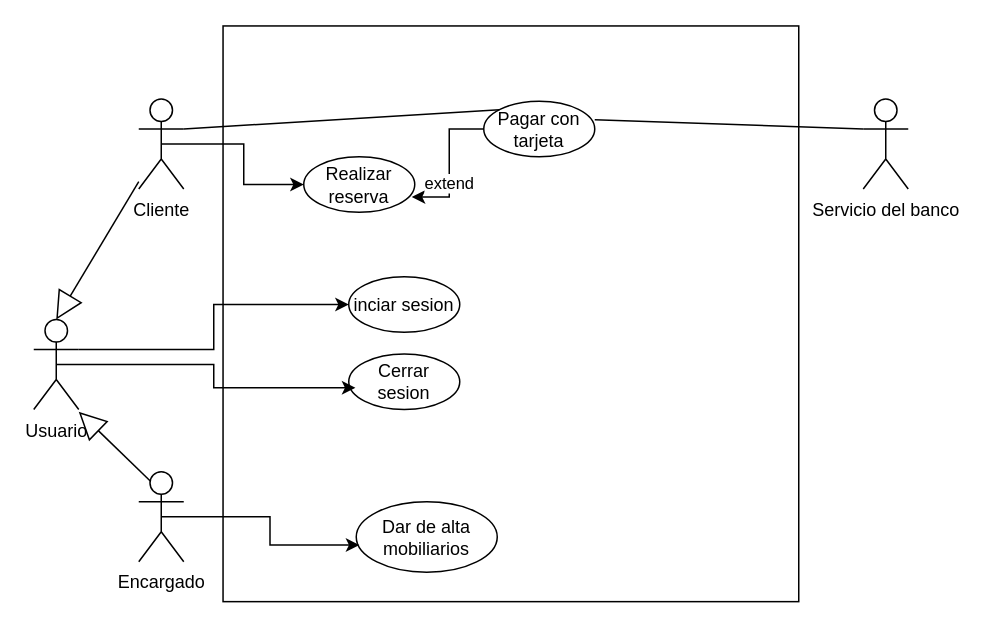
Before: Ejercicio1- Alquiler mobiliario/CU1-Alquiler de mobiliario.drawio in Fefo7/Inge1, a draw.io diagram. Source tidied: cells renumbered, new cells numbered last; positions are measured from the earlier drawing's top-left corner, leaving out a move shared by most shapes. Both pictures are drawn from the tidied source at 150%, with x=0, y=0 at pixel (33, 26).
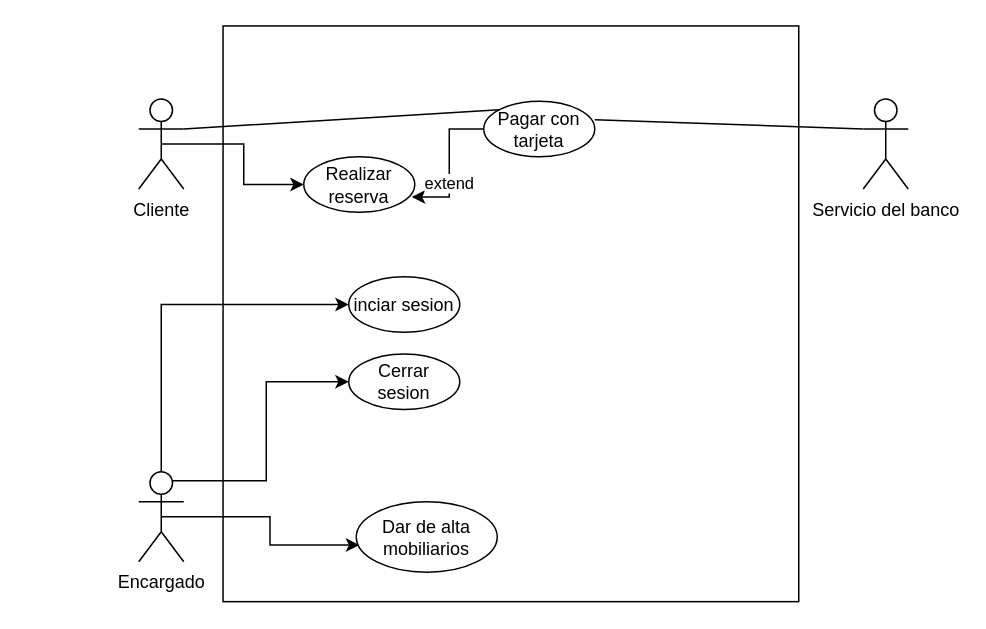
Above is the later version.

Unchanged cells that the change refers to:
```xml
<mxCell id="4" value="Cliente" style="shape=umlActor;verticalLabelPosition=bottom;verticalAlign=top;html=1;outlineConnect=0;" parent="1" vertex="1">
  <mxGeometry x="70" y="48.5" width="30" height="60" as="geometry" />
</mxCell>
<mxCell id="5" value="Encargado" style="shape=umlActor;verticalLabelPosition=bottom;verticalAlign=top;html=1;outlineConnect=0;" parent="1" vertex="1">
  <mxGeometry x="70" y="297" width="30" height="60" as="geometry" />
</mxCell>
<mxCell id="14" value="Cerrar sesion" style="ellipse;whiteSpace=wrap;html=1;" parent="1" vertex="1">
  <mxGeometry x="210" y="218.5" width="74" height="37" as="geometry" />
</mxCell>
<mxCell id="15" value="inciar sesion" style="ellipse;whiteSpace=wrap;html=1;" parent="1" vertex="1">
  <mxGeometry x="210" y="167" width="74" height="37" as="geometry" />
</mxCell>
```

The edit, as a diff of the source:
```diff
@@
+    <mxCell id="22" style="edgeStyle=orthogonalEdgeStyle;rounded=0;jettySize=auto;html=1;exitX=0.5;exitY=0;exitDx=0;exitDy=0;exitPerimeter=0;entryX=0;entryY=0.5;entryDx=0;entryDy=0;" parent="1" edge="1" source="5" target="15">
+      <mxGeometry relative="1" as="geometry" />
+    </mxCell>
+    <mxCell id="23" style="edgeStyle=orthogonalEdgeStyle;rounded=0;jettySize=auto;html=1;exitX=0.75;exitY=0.1;exitDx=0;exitDy=0;exitPerimeter=0;entryX=0;entryY=0.5;entryDx=0;entryDy=0;" parent="1" edge="1" source="5" target="14">
+      <mxGeometry relative="1" as="geometry" />
+    </mxCell>
@@
-    <mxCell id="16" style="edgeStyle=orthogonalEdgeStyle;rounded=0;jettySize=auto;html=1;exitX=1;exitY=0.3333333333333333;exitDx=0;exitDy=0;exitPerimeter=0;" parent="1" edge="1" source="17" target="15">
-      <mxGeometry relative="1" as="geometry" />
-    </mxCell>
-    <mxCell id="17" value="Usuario" style="shape=umlActor;verticalLabelPosition=bottom;verticalAlign=top;html=1;outlineConnect=0;" parent="1" vertex="1">
-      <mxGeometry y="195.5" width="30" height="60" as="geometry" />
-    </mxCell>
-    <mxCell id="18" style="endArrow=block;endSize=16;endFill=0;html=1;rounded=0;entryX=0.5;entryY=0;entryDx=0;entryDy=0;entryPerimeter=0;" parent="1" edge="1" source="4" target="17">
-      <mxGeometry relative="1" as="geometry" />
-    </mxCell>
-    <mxCell id="19" style="edgeStyle=orthogonalEdgeStyle;rounded=0;jettySize=auto;html=1;exitX=0.5;exitY=0.5;exitDx=0;exitDy=0;exitPerimeter=0;entryX=0.06;entryY=0.609;entryDx=0;entryDy=0;entryPerimeter=0;" parent="1" edge="1" source="17" target="14">
-      <mxGeometry relative="1" as="geometry" />
-    </mxCell>
-    <mxCell id="20" style="endArrow=block;endSize=16;endFill=0;html=1;rounded=0;exitX=0.25;exitY=0.1;exitDx=0;exitDy=0;exitPerimeter=0;" parent="1" edge="1" source="5">
-      <mxGeometry relative="1" as="geometry">
-        <mxPoint x="30" y="257" as="targetPoint" />
-      </mxGeometry>
-    </mxCell>
```
